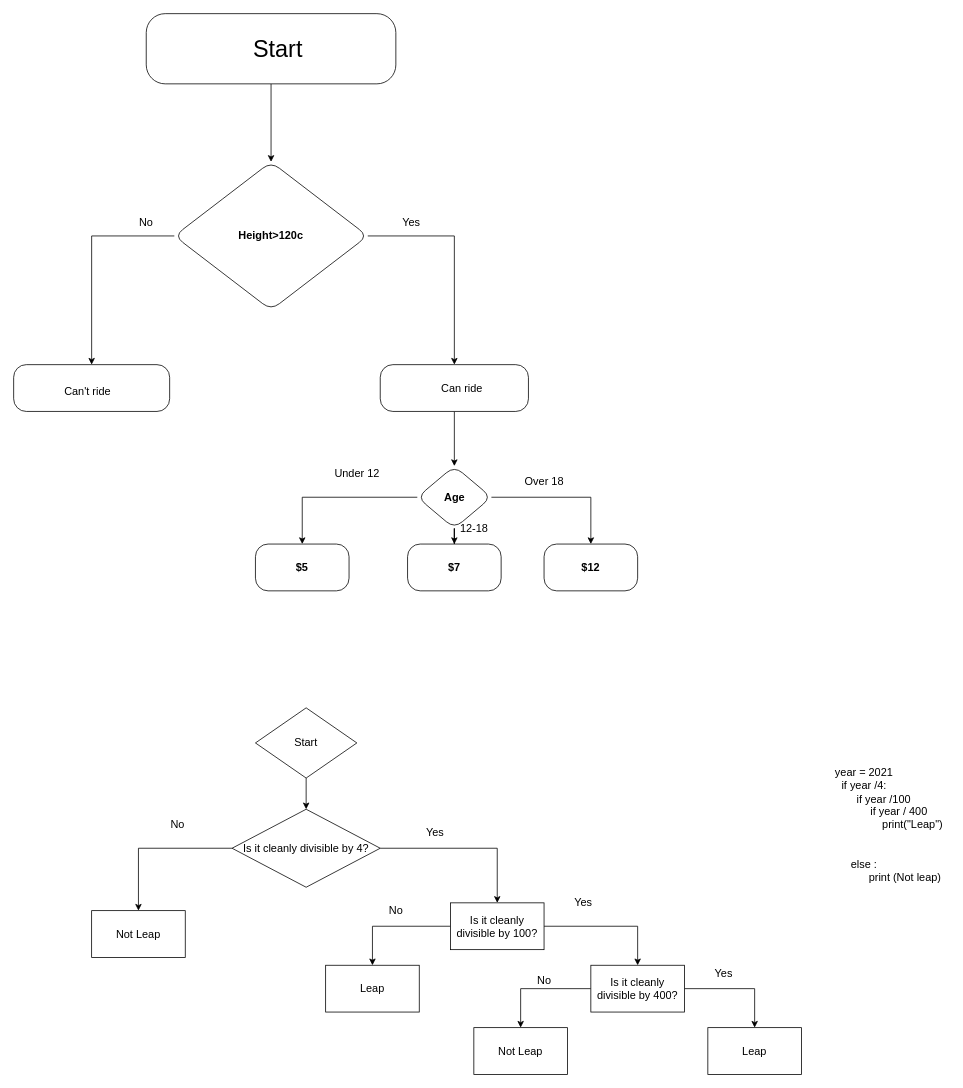
Before: page "Page-1" (1 of 2) of Untitled Diagram.drawio in abduchow/ztm-python-cheat-sheet, a draw.io diagram. Source tidied: cells renumbered, new cells numbered last; positions are measured from the earlier drawing's top-left corner, leaving out a move shared by most shapes. Both pictures are drawn from the tidied source at 78%, with x=0, y=0 at pixel (13, 13).
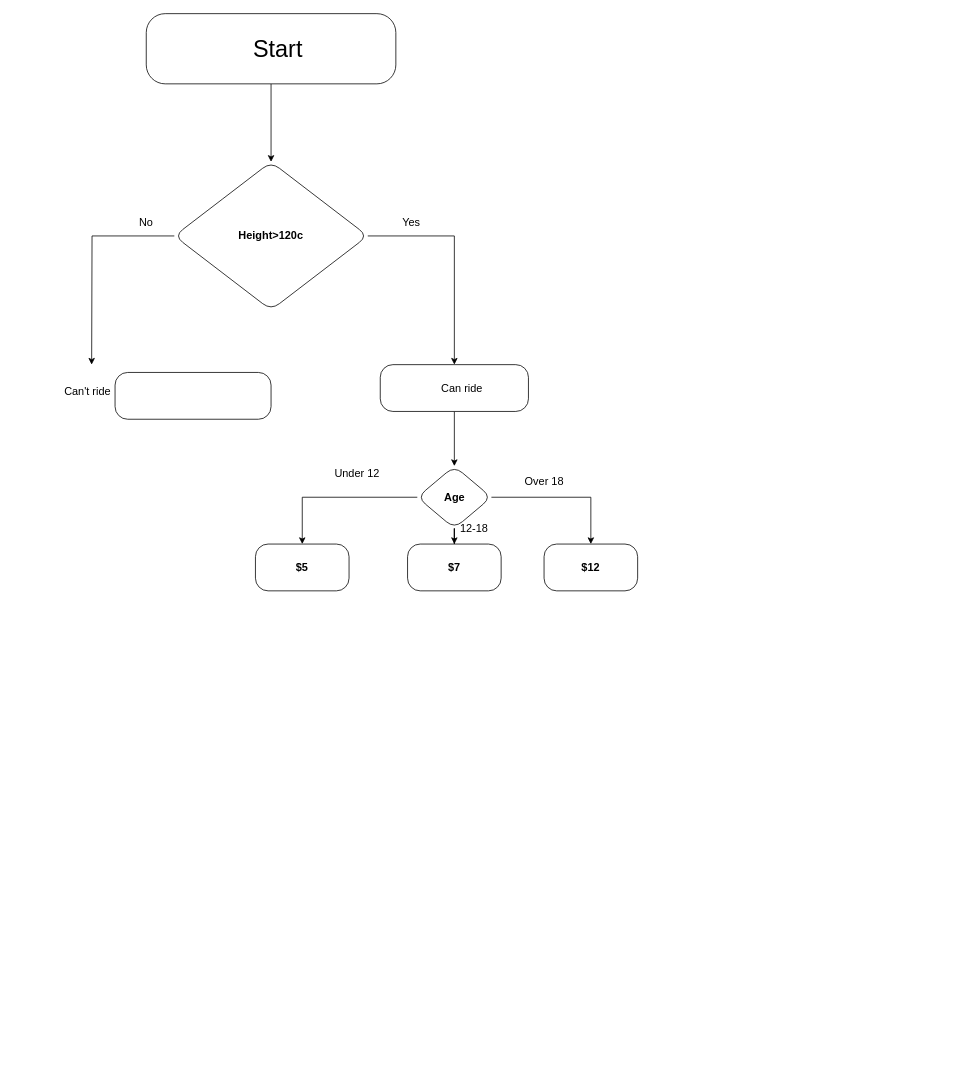
After the change.

The change refers to these unchanged cells:
```xml
<mxCell id="7" style="rhombus;whiteSpace=wrap;html=1;rounded=1;arcSize=27;" parent="1" vertex="1">
  <mxGeometry x="206" y="190" width="248" height="190" as="geometry" />
</mxCell>
```

The edit, as a diff of the source:
```diff
@@
-    <mxCell id="5" style="edgeStyle=orthogonalEdgeStyle;rounded=0;jettySize=auto;html=1;fontSize=14;" parent="1" edge="1" source="7" target="8">
-      <mxGeometry relative="1" as="geometry" />
+    <mxCell id="5" style="edgeStyle=orthogonalEdgeStyle;rounded=0;jettySize=auto;html=1;fontSize=14;" parent="1" edge="1" source="7">
+      <mxGeometry relative="1" as="geometry">
+        <mxPoint x="100" y="450" as="targetPoint" />
+      </mxGeometry>
     </mxCell>
@@
     <mxCell id="8" style="whiteSpace=wrap;html=1;rounded=1;arcSize=27;fontSize=14;" parent="1" vertex="1">
-      <mxGeometry y="450" width="200" height="60" as="geometry" />
+      <mxGeometry x="130" y="460" width="200" height="60" as="geometry" />
     </mxCell>
@@
-    <mxCell id="26" style="edgeStyle=orthogonalEdgeStyle;rounded=0;jettySize=auto;html=1;fontSize=14;" parent="1" edge="1" source="27" target="30">
-      <mxGeometry relative="1" as="geometry" />
-    </mxCell>
-    <mxCell id="27" value="Start" style="rhombus;whiteSpace=wrap;html=1;fontSize=14;" parent="1" vertex="1">
-      <mxGeometry x="310" y="890" width="130" height="90" as="geometry" />
-    </mxCell>
-    <mxCell id="28" style="edgeStyle=orthogonalEdgeStyle;rounded=0;jettySize=auto;html=1;fontSize=14;" parent="1" edge="1" source="30" target="31">
-      <mxGeometry relative="1" as="geometry" />
-    </mxCell>
-    <mxCell id="29" style="edgeStyle=orthogonalEdgeStyle;rounded=0;jettySize=auto;html=1;fontSize=14;" parent="1" edge="1" source="30" target="35">
-      <mxGeometry relative="1" as="geometry" />
-    </mxCell>
-    <mxCell id="30" value="Is it cleanly divisible by 4?" style="rhombus;whiteSpace=wrap;html=1;fontSize=14;" parent="1" vertex="1">
-      <mxGeometry x="280" y="1020" width="190" height="100" as="geometry" />
-    </mxCell>
-    <mxCell id="31" value="Not Leap" style="whiteSpace=wrap;html=1;fontSize=14;" parent="1" vertex="1">
-      <mxGeometry x="100" y="1150" width="120" height="60" as="geometry" />
-    </mxCell>
-    <mxCell id="32" value="No" style="text;html=1;align=center;verticalAlign=middle;fontSize=14;" parent="1" vertex="1">
-      <mxGeometry x="195" y="1030" width="30" height="20" as="geometry" />
-    </mxCell>
-    <mxCell id="33" style="edgeStyle=orthogonalEdgeStyle;rounded=0;jettySize=auto;html=1;fontSize=14;" parent="1" edge="1" source="35" target="37">
-      <mxGeometry relative="1" as="geometry" />
-    </mxCell>
-    <mxCell id="34" style="edgeStyle=orthogonalEdgeStyle;rounded=0;jettySize=auto;html=1;fontSize=14;" parent="1" edge="1" source="35" target="41">
-      <mxGeometry relative="1" as="geometry" />
-    </mxCell>
-    <mxCell id="35" value="Is it cleanly divisible by 100?" style="whiteSpace=wrap;html=1;fontSize=14;" parent="1" vertex="1">
-      <mxGeometry x="560" y="1140" width="120" height="60" as="geometry" />
-    </mxCell>
-    <mxCell id="36" value="Yes" style="text;html=1;align=center;verticalAlign=middle;fontSize=14;" parent="1" vertex="1">
-      <mxGeometry x="520" y="1040" width="40" height="20" as="geometry" />
-    </mxCell>
-    <mxCell id="37" value="Leap" style="whiteSpace=wrap;html=1;fontSize=14;" parent="1" vertex="1">
-      <mxGeometry x="400" y="1220" width="120" height="60" as="geometry" />
-    </mxCell>
-    <mxCell id="38" value="No" style="text;html=1;align=center;verticalAlign=middle;fontSize=14;" parent="1" vertex="1">
-      <mxGeometry x="475" y="1140" width="30" height="20" as="geometry" />
-    </mxCell>
-    <mxCell id="39" style="edgeStyle=orthogonalEdgeStyle;rounded=0;jettySize=auto;html=1;fontSize=14;" parent="1" edge="1" source="41" target="43">
-      <mxGeometry relative="1" as="geometry" />
-    </mxCell>
-    <mxCell id="40" style="edgeStyle=orthogonalEdgeStyle;rounded=0;jettySize=auto;html=1;fontSize=14;" parent="1" edge="1" source="41" target="45">
-      <mxGeometry relative="1" as="geometry" />
-    </mxCell>
-    <mxCell id="41" value="&lt;span&gt;Is it cleanly divisible by 400?&lt;/span&gt;" style="whiteSpace=wrap;html=1;fontSize=14;" parent="1" vertex="1">
-      <mxGeometry x="740" y="1220" width="120" height="60" as="geometry" />
-    </mxCell>
-    <mxCell id="42" value="Yes" style="text;html=1;align=center;verticalAlign=middle;fontSize=14;" parent="1" vertex="1">
-      <mxGeometry x="710" y="1130" width="40" height="20" as="geometry" />
-    </mxCell>
-    <mxCell id="43" value="&lt;span&gt;Not Leap&lt;/span&gt;" style="whiteSpace=wrap;html=1;fontSize=14;" parent="1" vertex="1">
-      <mxGeometry x="590" y="1300" width="120" height="60" as="geometry" />
-    </mxCell>
-    <mxCell id="44" value="No" style="text;html=1;align=center;verticalAlign=middle;fontSize=14;" parent="1" vertex="1">
-      <mxGeometry x="665" y="1230" width="30" height="20" as="geometry" />
-    </mxCell>
-    <mxCell id="45" value="&lt;span&gt;Leap&lt;/span&gt;" style="whiteSpace=wrap;html=1;fontSize=14;" parent="1" vertex="1">
-      <mxGeometry x="890" y="1300" width="120" height="60" as="geometry" />
-    </mxCell>
-    <mxCell id="46" value="Yes" style="text;html=1;align=center;verticalAlign=middle;fontSize=14;" parent="1" vertex="1">
-      <mxGeometry x="890" y="1220" width="40" height="20" as="geometry" />
-    </mxCell>
-    <mxCell id="47" value="year = 2021&lt;br&gt;if year /4:&lt;br&gt;&amp;nbsp; &amp;nbsp; &amp;nbsp; &amp;nbsp; &amp;nbsp; &amp;nbsp; &amp;nbsp;if year /100&lt;br&gt;&amp;nbsp; &amp;nbsp; &amp;nbsp; &amp;nbsp; &amp;nbsp; &amp;nbsp; &amp;nbsp; &amp;nbsp; &amp;nbsp; &amp;nbsp; &amp;nbsp; &amp;nbsp;if year / 400&lt;br&gt;&amp;nbsp; &amp;nbsp; &amp;nbsp; &amp;nbsp; &amp;nbsp; &amp;nbsp; &amp;nbsp; &amp;nbsp; &amp;nbsp; &amp;nbsp; &amp;nbsp; &amp;nbsp; &amp;nbsp; &amp;nbsp; &amp;nbsp; &amp;nbsp; print(&quot;Leap&quot;)&lt;br&gt;&lt;br&gt;&lt;br&gt;else :&lt;br&gt;&amp;nbsp; &amp;nbsp; &amp;nbsp; &amp;nbsp; &amp;nbsp; &amp;nbsp; &amp;nbsp; &amp;nbsp; &amp;nbsp; &amp;nbsp; &amp;nbsp; &amp;nbsp; &amp;nbsp; &amp;nbsp; print (Not leap)&amp;nbsp;" style="text;html=1;align=center;verticalAlign=middle;fontSize=14;" parent="1" vertex="1">
-      <mxGeometry x="980" y="960" width="220" height="160" as="geometry" />
-    </mxCell>
```
